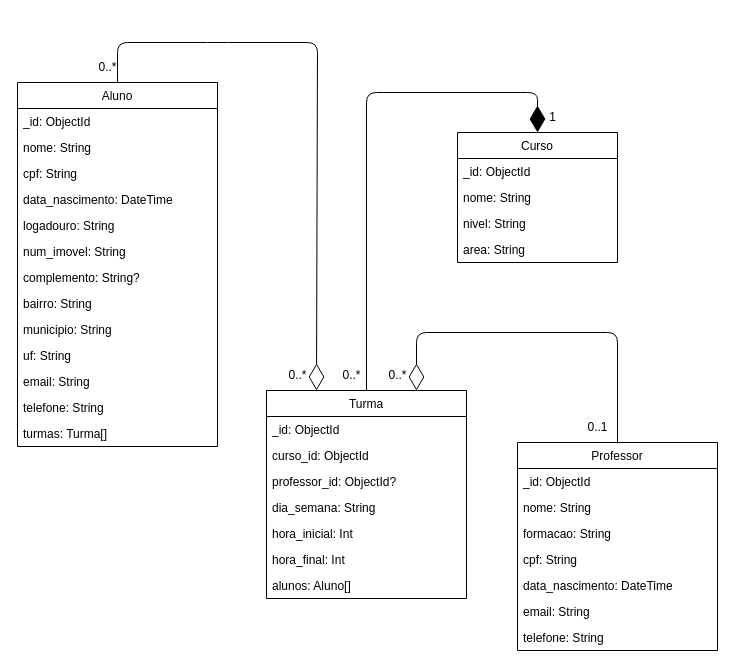
This is docs/modelagem-bd.drawio from lauanygoncalves/bn-not-2023-2, a draw.io file, before an edit. Source tidied: cells renumbered, new cells numbered last; positions are measured from the earlier drawing's top-left corner, leaving out a move shared by most shapes. Both pictures are drawn from the tidied source at 100%, with x=0, y=0 at pixel (17, 42).
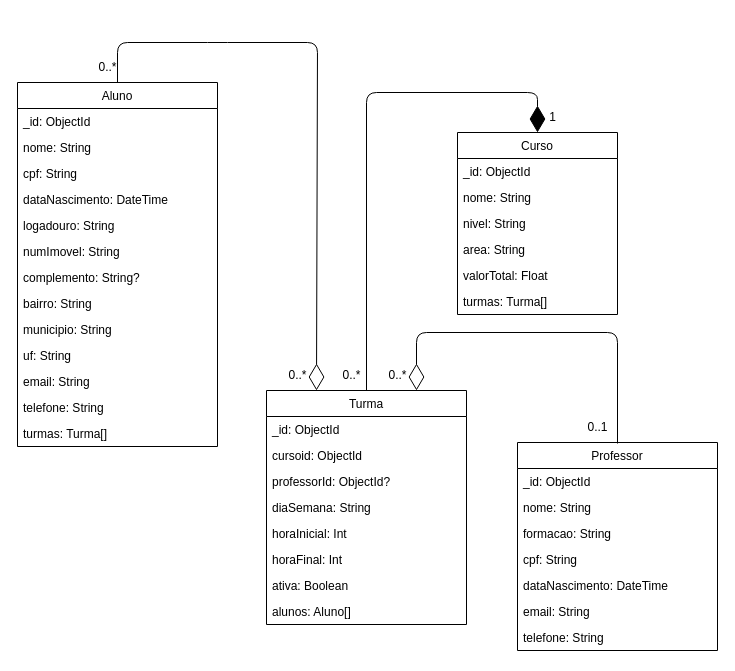
The same page after the edit.

Commit message (it also covers changes not shown here):
(06/09) Término da Modelagem dos Dados

The change refers to these unchanged cells:
```xml
<mxCell id="2" value="Aluno" style="swimlane;fontStyle=0;horizontal=1;startSize=26;fillColor=none;" parent="1" vertex="1">
  <mxGeometry y="40" width="200" height="364" as="geometry" />
</mxCell>
<mxCell id="29" value="Professor" style="swimlane;fontStyle=0;horizontal=1;startSize=26;fillColor=none;" parent="1" vertex="1">
  <mxGeometry x="500" y="400" width="200" height="208" as="geometry" />
</mxCell>
```

What changed in the source:
```diff
@@
-    <mxCell id="6" value="data_nascimento: DateTime" style="text;strokeColor=none;fillColor=none;align=left;verticalAlign=top;spacingLeft=4;spacingRight=4;overflow=hidden;" parent="2" vertex="1">
+    <mxCell id="6" value="dataNascimento: DateTime" style="text;strokeColor=none;fillColor=none;align=left;verticalAlign=top;spacingLeft=4;spacingRight=4;overflow=hidden;" parent="2" vertex="1">
       <mxGeometry y="104" width="200" height="26" as="geometry" />
     </mxCell>
@@
-    <mxCell id="8" value="num_imovel: String" style="text;strokeColor=none;fillColor=none;align=left;verticalAlign=top;spacingLeft=4;spacingRight=4;overflow=hidden;" parent="2" vertex="1">
+    <mxCell id="8" value="numImovel: String" style="text;strokeColor=none;fillColor=none;align=left;verticalAlign=top;spacingLeft=4;spacingRight=4;overflow=hidden;" parent="2" vertex="1">
       <mxGeometry y="156" width="200" height="26" as="geometry" />
     </mxCell>
@@
     <mxCell id="16" value="Turma" style="swimlane;fontStyle=0;horizontal=1;startSize=26;fillColor=none;" parent="1" vertex="1">
-      <mxGeometry x="249" y="348" width="200" height="208" as="geometry" />
+      <mxGeometry x="249" y="348" width="200" height="234" as="geometry" />
     </mxCell>
@@
-    <mxCell id="18" value="curso_id: ObjectId" style="text;strokeColor=none;fillColor=none;align=left;verticalAlign=top;spacingLeft=4;spacingRight=4;overflow=hidden;" parent="16" vertex="1">
+    <mxCell id="18" value="cursoid: ObjectId" style="text;strokeColor=none;fillColor=none;align=left;verticalAlign=top;spacingLeft=4;spacingRight=4;overflow=hidden;" parent="16" vertex="1">
       <mxGeometry y="52" width="200" height="26" as="geometry" />
     </mxCell>
-    <mxCell id="19" value="professor_id: ObjectId?" style="text;strokeColor=none;fillColor=none;align=left;verticalAlign=top;spacingLeft=4;spacingRight=4;overflow=hidden;" parent="16" vertex="1">
+    <mxCell id="19" value="professorId: ObjectId?" style="text;strokeColor=none;fillColor=none;align=left;verticalAlign=top;spacingLeft=4;spacingRight=4;overflow=hidden;" parent="16" vertex="1">
       <mxGeometry y="78" width="200" height="26" as="geometry" />
     </mxCell>
-    <mxCell id="20" value="dia_semana: String" style="text;strokeColor=none;fillColor=none;align=left;verticalAlign=top;spacingLeft=4;spacingRight=4;overflow=hidden;" parent="16" vertex="1">
+    <mxCell id="20" value="diaSemana: String" style="text;strokeColor=none;fillColor=none;align=left;verticalAlign=top;spacingLeft=4;spacingRight=4;overflow=hidden;" parent="16" vertex="1">
       <mxGeometry y="104" width="200" height="26" as="geometry" />
     </mxCell>
-    <mxCell id="21" value="hora_inicial: Int" style="text;strokeColor=none;fillColor=none;align=left;verticalAlign=top;spacingLeft=4;spacingRight=4;overflow=hidden;" parent="16" vertex="1">
+    <mxCell id="21" value="horaInicial: Int" style="text;strokeColor=none;fillColor=none;align=left;verticalAlign=top;spacingLeft=4;spacingRight=4;overflow=hidden;" parent="16" vertex="1">
       <mxGeometry y="130" width="200" height="26" as="geometry" />
     </mxCell>
+    <mxCell id="46" value="horaFinal: Int" style="text;strokeColor=none;fillColor=none;align=left;verticalAlign=top;spacingLeft=4;spacingRight=4;overflow=hidden;" parent="16" vertex="1">
+      <mxGeometry y="156" width="200" height="26" as="geometry" />
+    </mxCell>
-    <mxCell id="22" value="hora_final: Int" style="text;strokeColor=none;fillColor=none;align=left;verticalAlign=top;spacingLeft=4;spacingRight=4;overflow=hidden;" parent="16" vertex="1">
-      <mxGeometry y="156" width="200" height="26" as="geometry" />
+    <mxCell id="22" value="ativa: Boolean" style="text;strokeColor=none;fillColor=none;align=left;verticalAlign=top;spacingLeft=4;spacingRight=4;overflow=hidden;" parent="16" vertex="1">
+      <mxGeometry y="182" width="200" height="26" as="geometry" />
     </mxCell>
     <mxCell id="23" value="alunos: Aluno[]" style="text;strokeColor=none;fillColor=none;align=left;verticalAlign=top;spacingLeft=4;spacingRight=4;overflow=hidden;" parent="16" vertex="1">
-      <mxGeometry y="182" width="200" height="26" as="geometry" />
+      <mxGeometry y="208" width="200" height="26" as="geometry" />
     </mxCell>
     <mxCell id="24" value="Curso" style="swimlane;fontStyle=0;horizontal=1;startSize=26;fillColor=none;" parent="1" vertex="1">
-      <mxGeometry x="440" y="90" width="160" height="130" as="geometry" />
+      <mxGeometry x="440" y="90" width="160" height="182" as="geometry" />
     </mxCell>
@@
+    <mxCell id="47" value="area: String" style="text;strokeColor=none;fillColor=none;align=left;verticalAlign=top;spacingLeft=4;spacingRight=4;overflow=hidden;" parent="24" vertex="1">
+      <mxGeometry y="104" width="160" height="26" as="geometry" />
+    </mxCell>
+    <mxCell id="48" value="valorTotal: Float" style="text;strokeColor=none;fillColor=none;align=left;verticalAlign=top;spacingLeft=4;spacingRight=4;overflow=hidden;" parent="24" vertex="1">
+      <mxGeometry y="130" width="160" height="26" as="geometry" />
+    </mxCell>
-    <mxCell id="28" value="area: String" style="text;strokeColor=none;fillColor=none;align=left;verticalAlign=top;spacingLeft=4;spacingRight=4;overflow=hidden;" parent="24" vertex="1">
-      <mxGeometry y="104" width="160" height="26" as="geometry" />
+    <mxCell id="28" value="turmas: Turma[]" style="text;strokeColor=none;fillColor=none;align=left;verticalAlign=top;spacingLeft=4;spacingRight=4;overflow=hidden;" parent="24" vertex="1">
+      <mxGeometry y="156" width="160" height="26" as="geometry" />
     </mxCell>
@@
-    <mxCell id="34" value="data_nascimento: DateTime" style="text;strokeColor=none;fillColor=none;align=left;verticalAlign=top;spacingLeft=4;spacingRight=4;overflow=hidden;" parent="29" vertex="1">
+    <mxCell id="34" value="dataNascimento: DateTime" style="text;strokeColor=none;fillColor=none;align=left;verticalAlign=top;spacingLeft=4;spacingRight=4;overflow=hidden;" parent="29" vertex="1">
       <mxGeometry y="130" width="200" height="26" as="geometry" />
     </mxCell>
```
